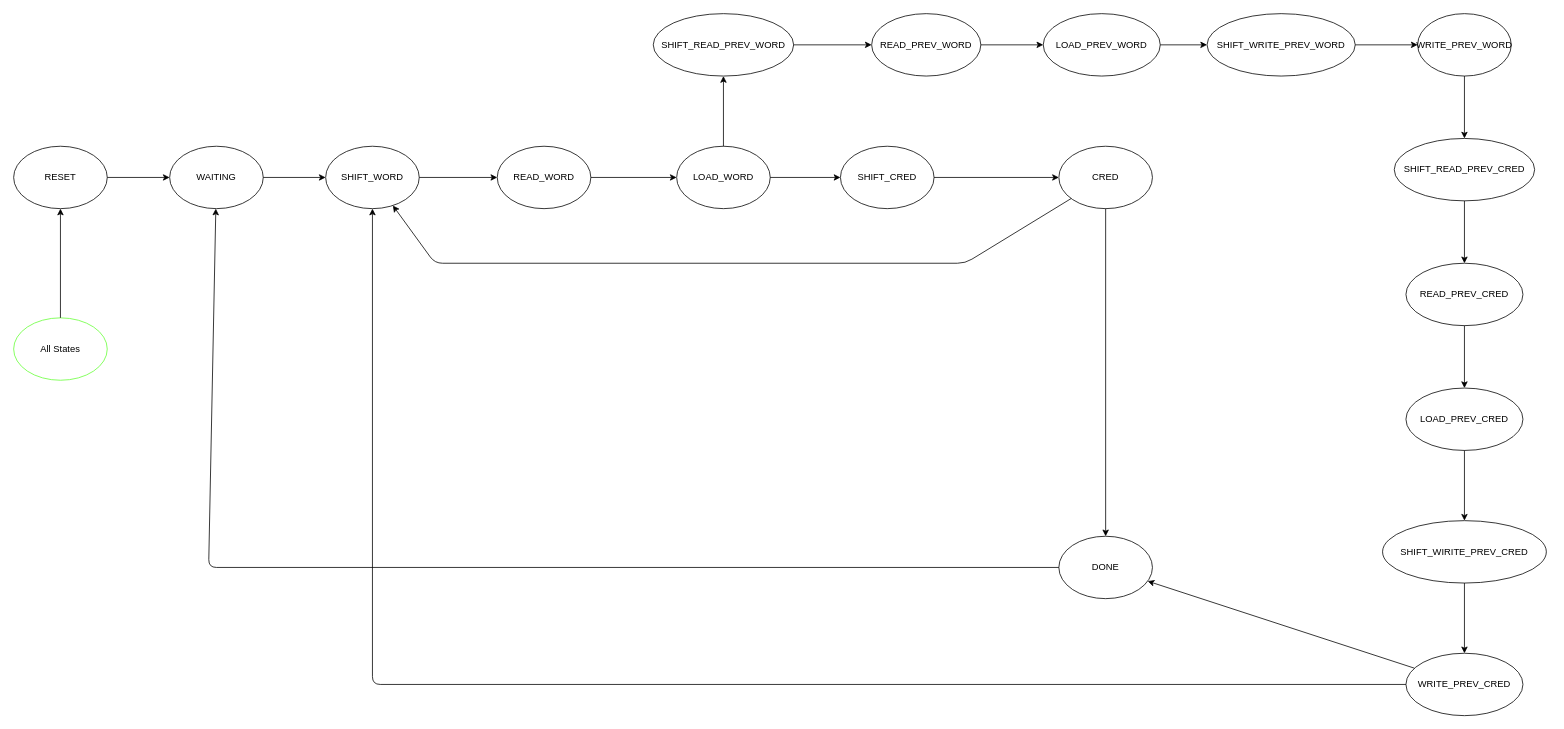
Before: FSM_RL.drawio in orlandoparise/Progetto-Reti-Logiche-2023-2024, a draw.io diagram. Source tidied: cells renumbered, new cells numbered last; positions are measured from the earlier drawing's top-left corner, leaving out a move shared by most shapes. Both pictures are drawn from the tidied source at 78%, with x=0, y=0 at pixel (13, 13).
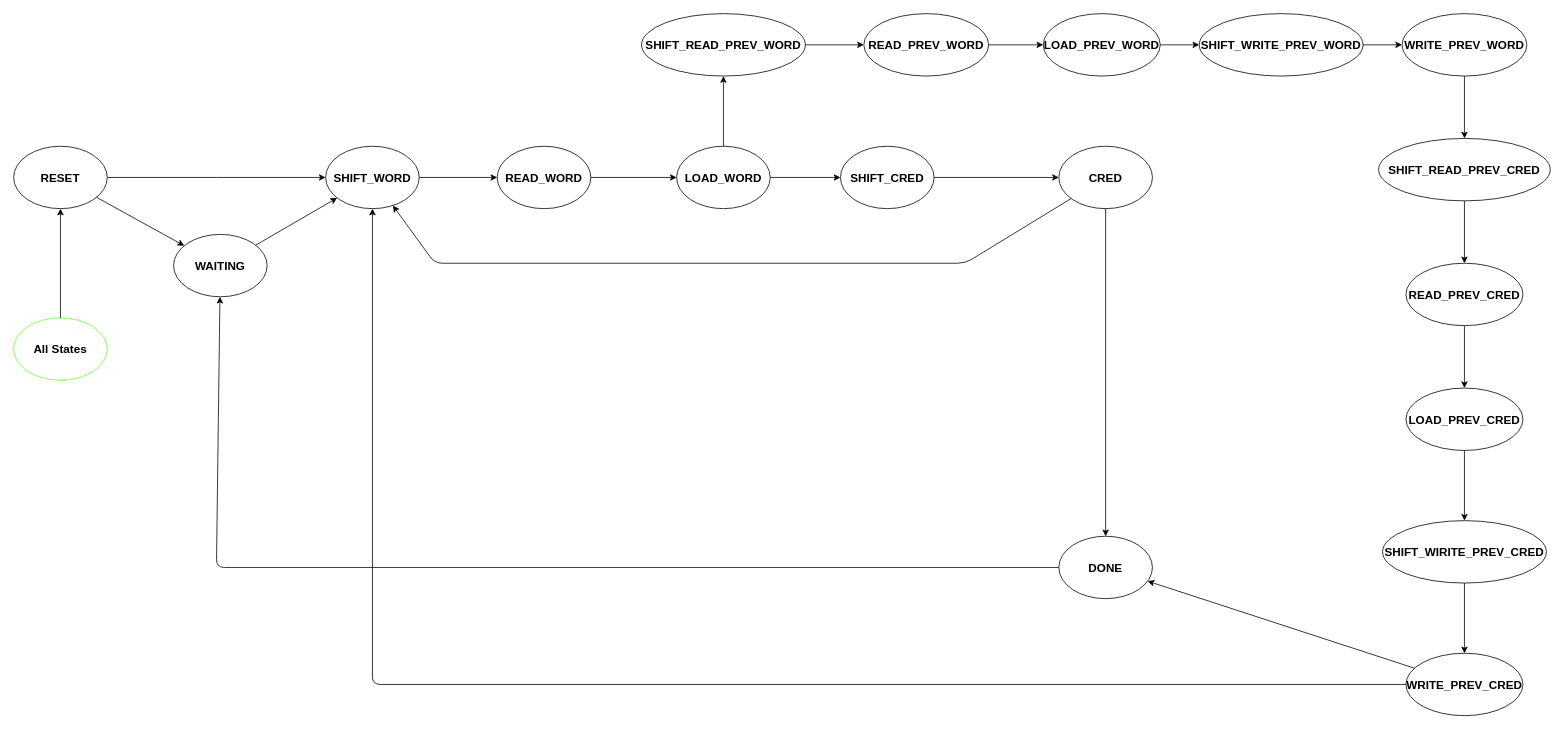
Above is the later version.

Change to the diagram source:
```diff
@@
-    <mxCell id="2" value="SHIFT_READ_PREV_WORD" style="ellipse;whiteSpace=wrap;html=1;" parent="1" vertex="1">
-      <mxGeometry x="820" width="180" height="80" as="geometry" />
+    <mxCell id="2" value="SHIFT_READ_PREV_WORD" style="ellipse;whiteSpace=wrap;html=1;fontStyle=1;fontSize=15;" parent="1" vertex="1">
+      <mxGeometry x="805" width="210" height="80" as="geometry" />
     </mxCell>
-    <mxCell id="3" value="LOAD_WORD" style="ellipse;whiteSpace=wrap;html=1;" parent="1" vertex="1">
+    <mxCell id="3" value="LOAD_WORD" style="ellipse;whiteSpace=wrap;html=1;fontStyle=1;fontSize=15;" parent="1" vertex="1">
       <mxGeometry x="850" y="170" width="120" height="80" as="geometry" />
     </mxCell>
-    <mxCell id="4" value="LOAD_PREV_WORD" style="ellipse;whiteSpace=wrap;html=1;" parent="1" vertex="1">
+    <mxCell id="4" value="LOAD_PREV_WORD" style="ellipse;whiteSpace=wrap;html=1;fontStyle=1;fontSize=15;" parent="1" vertex="1">
       <mxGeometry x="1320" width="150" height="80" as="geometry" />
     </mxCell>
-    <mxCell id="5" value="SHIFT_WORD" style="ellipse;whiteSpace=wrap;html=1;" parent="1" vertex="1">
+    <mxCell id="5" value="SHIFT_WORD" style="ellipse;whiteSpace=wrap;html=1;fontStyle=1;fontSize=15;" parent="1" vertex="1">
       <mxGeometry x="400" y="170" width="120" height="80" as="geometry" />
     </mxCell>
-    <mxCell id="6" value="READ_WORD" style="ellipse;whiteSpace=wrap;html=1;" parent="1" vertex="1">
+    <mxCell id="6" value="READ_WORD" style="ellipse;whiteSpace=wrap;html=1;fontStyle=1;fontSize=15;" parent="1" vertex="1">
       <mxGeometry x="620" y="170" width="120" height="80" as="geometry" />
     </mxCell>
-    <mxCell id="7" value="WAITING" style="ellipse;whiteSpace=wrap;html=1;" parent="1" vertex="1">
-      <mxGeometry x="200" y="170" width="120" height="80" as="geometry" />
+    <mxCell id="7" value="WAITING" style="ellipse;whiteSpace=wrap;html=1;fontStyle=1;fontSize=15;" parent="1" vertex="1">
+      <mxGeometry x="205" y="283" width="120" height="80" as="geometry" />
     </mxCell>
+    <mxCell id="44" style="edgeStyle=elbowEdgeStyle;rounded=0;jettySize=auto;elbow=vertical;html=1;entryX=0;entryY=0.5;entryDx=0;entryDy=0;fontSize=15;" parent="1" edge="1" source="8" target="5">
+      <mxGeometry relative="1" as="geometry" />
+    </mxCell>
-    <mxCell id="8" value="RESET" style="ellipse;whiteSpace=wrap;html=1;" parent="1" vertex="1">
+    <mxCell id="8" value="RESET" style="ellipse;whiteSpace=wrap;html=1;fontStyle=1;fontSize=15;" parent="1" vertex="1">
       <mxGeometry y="170" width="120" height="80" as="geometry" />
     </mxCell>
@@
-    <mxCell id="10" value="All States" style="ellipse;whiteSpace=wrap;html=1;strokeColor=#65FF36;" parent="1" vertex="1">
+    <mxCell id="10" value="All States" style="ellipse;whiteSpace=wrap;html=1;strokeColor=#65FF36;fontStyle=1;fontSize=15;" parent="1" vertex="1">
       <mxGeometry y="390" width="120" height="80" as="geometry" />
     </mxCell>
-    <mxCell id="11" value="SHIFT_WIRITE_PREV_CRED" style="ellipse;whiteSpace=wrap;html=1;" parent="1" vertex="1">
+    <mxCell id="11" value="SHIFT_WIRITE_PREV_CRED" style="ellipse;whiteSpace=wrap;html=1;fontStyle=1;fontSize=15;" parent="1" vertex="1">
       <mxGeometry x="1755" y="650" width="210" height="80" as="geometry" />
     </mxCell>
-    <mxCell id="12" value="READ_PREV_CRED" style="ellipse;whiteSpace=wrap;html=1;" parent="1" vertex="1">
+    <mxCell id="12" value="READ_PREV_CRED" style="ellipse;whiteSpace=wrap;html=1;fontStyle=1;fontSize=15;" parent="1" vertex="1">
       <mxGeometry x="1785" y="320" width="150" height="80" as="geometry" />
     </mxCell>
-    <mxCell id="13" value="SHIFT_READ_PREV_CRED" style="ellipse;whiteSpace=wrap;html=1;" parent="1" vertex="1">
-      <mxGeometry x="1770" y="160" width="180" height="80" as="geometry" />
+    <mxCell id="13" value="SHIFT_READ_PREV_CRED" style="ellipse;whiteSpace=wrap;html=1;fontStyle=1;fontSize=15;" parent="1" vertex="1">
+      <mxGeometry x="1750" y="160" width="220" height="80" as="geometry" />
     </mxCell>
-    <mxCell id="14" value="WRITE_PREV_WORD" style="ellipse;whiteSpace=wrap;html=1;" parent="1" vertex="1">
-      <mxGeometry x="1800" width="120" height="80" as="geometry" />
+    <mxCell id="14" value="WRITE_PREV_WORD" style="ellipse;whiteSpace=wrap;html=1;fontStyle=1;fontSize=15;" parent="1" vertex="1">
+      <mxGeometry x="1780" width="160" height="80" as="geometry" />
     </mxCell>
-    <mxCell id="15" value="SHIFT_WRITE_PREV_WORD" style="ellipse;whiteSpace=wrap;html=1;" parent="1" vertex="1">
-      <mxGeometry x="1530" width="190" height="80" as="geometry" />
+    <mxCell id="15" value="SHIFT_WRITE_PREV_WORD" style="ellipse;whiteSpace=wrap;html=1;fontStyle=1;fontSize=15;" parent="1" vertex="1">
+      <mxGeometry x="1520" width="210" height="80" as="geometry" />
     </mxCell>
-    <mxCell id="16" value="LOAD_PREV_CRED" style="ellipse;whiteSpace=wrap;html=1;" parent="1" vertex="1">
+    <mxCell id="16" value="LOAD_PREV_CRED" style="ellipse;whiteSpace=wrap;html=1;fontStyle=1;fontSize=15;" parent="1" vertex="1">
       <mxGeometry x="1785" y="480" width="150" height="80" as="geometry" />
     </mxCell>
-    <mxCell id="17" value="WRITE_PREV_CRED" style="ellipse;whiteSpace=wrap;html=1;" parent="1" vertex="1">
+    <mxCell id="17" value="WRITE_PREV_CRED" style="ellipse;whiteSpace=wrap;html=1;fontStyle=1;fontSize=15;" parent="1" vertex="1">
       <mxGeometry x="1785" y="820" width="150" height="80" as="geometry" />
     </mxCell>
-    <mxCell id="18" value="SHIFT_CRED" style="ellipse;whiteSpace=wrap;html=1;" parent="1" vertex="1">
+    <mxCell id="18" value="SHIFT_CRED" style="ellipse;whiteSpace=wrap;html=1;fontStyle=1;fontSize=15;" parent="1" vertex="1">
       <mxGeometry x="1060" y="170" width="120" height="80" as="geometry" />
     </mxCell>
-    <mxCell id="19" value="CRED" style="ellipse;whiteSpace=wrap;html=1;" parent="1" vertex="1">
+    <mxCell id="19" value="CRED" style="ellipse;whiteSpace=wrap;html=1;fontStyle=1;fontSize=15;" parent="1" vertex="1">
       <mxGeometry x="1340" y="170" width="120" height="80" as="geometry" />
     </mxCell>
-    <mxCell id="20" value="DONE" style="ellipse;whiteSpace=wrap;html=1;" parent="1" vertex="1">
+    <mxCell id="20" value="DONE" style="ellipse;whiteSpace=wrap;html=1;fontStyle=1;fontSize=15;" parent="1" vertex="1">
       <mxGeometry x="1340" y="670" width="120" height="80" as="geometry" />
     </mxCell>
-    <mxCell id="21" value="READ_PREV_WORD" style="ellipse;whiteSpace=wrap;html=1;" parent="1" vertex="1">
-      <mxGeometry x="1100" width="140" height="80" as="geometry" />
+    <mxCell id="21" value="READ_PREV_WORD" style="ellipse;whiteSpace=wrap;html=1;fontStyle=1;fontSize=15;" parent="1" vertex="1">
+      <mxGeometry x="1090" width="160" height="80" as="geometry" />
     </mxCell>
-    <mxCell id="22" style="endArrow=classic;html=1;" parent="1" edge="1" source="8" target="7">
+    <mxCell id="22" style="endArrow=classic;html=1;fontStyle=1;fontSize=15;" parent="1" edge="1" source="8" target="7">
       <mxGeometry relative="1" as="geometry" />
     </mxCell>
-    <mxCell id="23" style="endArrow=classic;html=1;" parent="1" edge="1" source="5" target="6">
+    <mxCell id="23" style="endArrow=classic;html=1;fontStyle=1;fontSize=15;" parent="1" edge="1" source="5" target="6">
       <mxGeometry relative="1" as="geometry" />
     </mxCell>
-    <mxCell id="24" style="endArrow=classic;html=1;" parent="1" edge="1" source="6" target="3">
+    <mxCell id="24" style="endArrow=classic;html=1;fontStyle=1;" parent="1" edge="1" source="6" target="3">
       <mxGeometry relative="1" as="geometry" />
     </mxCell>
-    <mxCell id="25" style="endArrow=classic;html=1;" parent="1" edge="1" source="3" target="18">
+    <mxCell id="25" style="endArrow=classic;html=1;fontStyle=1;" parent="1" edge="1" source="3" target="18">
       <mxGeometry relative="1" as="geometry" />
     </mxCell>
-    <mxCell id="26" style="endArrow=classic;html=1;" parent="1" edge="1" source="3" target="2">
+    <mxCell id="26" style="endArrow=classic;html=1;fontStyle=1;" parent="1" edge="1" source="3" target="2">
       <mxGeometry relative="1" as="geometry" />
     </mxCell>
-    <mxCell id="27" style="endArrow=classic;html=1;" parent="1" edge="1" source="2" target="21">
+    <mxCell id="27" style="endArrow=classic;html=1;fontStyle=1;fontSize=15;" parent="1" edge="1" source="2" target="21">
       <mxGeometry relative="1" as="geometry" />
     </mxCell>
-    <mxCell id="28" style="endArrow=classic;html=1;" parent="1" edge="1" source="21" target="4">
+    <mxCell id="28" style="endArrow=classic;html=1;fontStyle=1;" parent="1" edge="1" source="21" target="4">
       <mxGeometry relative="1" as="geometry" />
     </mxCell>
-    <mxCell id="29" style="endArrow=classic;html=1;" parent="1" edge="1" source="4" target="15">
+    <mxCell id="29" style="endArrow=classic;html=1;fontStyle=1;fontSize=15;" parent="1" edge="1" source="4" target="15">
       <mxGeometry relative="1" as="geometry" />
     </mxCell>
-    <mxCell id="30" style="endArrow=classic;html=1;" parent="1" edge="1" source="15" target="14">
+    <mxCell id="30" style="endArrow=classic;html=1;fontStyle=1;fontSize=15;" parent="1" edge="1" source="15" target="14">
       <mxGeometry relative="1" as="geometry" />
     </mxCell>
-    <mxCell id="31" style="endArrow=classic;html=1;" parent="1" edge="1" source="14" target="13">
+    <mxCell id="31" style="endArrow=classic;html=1;fontStyle=1;fontSize=15;" parent="1" edge="1" source="14" target="13">
       <mxGeometry relative="1" as="geometry" />
     </mxCell>
-    <mxCell id="32" style="endArrow=classic;html=1;" parent="1" edge="1" source="13" target="12">
+    <mxCell id="32" style="endArrow=classic;html=1;fontStyle=1;fontSize=15;" parent="1" edge="1" source="13" target="12">
       <mxGeometry relative="1" as="geometry" />
     </mxCell>
-    <mxCell id="33" style="endArrow=classic;html=1;" parent="1" edge="1" source="12" target="16">
+    <mxCell id="33" style="endArrow=classic;html=1;fontStyle=1;fontSize=15;" parent="1" edge="1" source="12" target="16">
       <mxGeometry relative="1" as="geometry" />
     </mxCell>
-    <mxCell id="34" style="endArrow=classic;html=1;" parent="1" edge="1" source="16" target="11">
+    <mxCell id="34" style="endArrow=classic;html=1;fontStyle=1;fontSize=15;" parent="1" edge="1" source="16" target="11">
       <mxGeometry relative="1" as="geometry" />
     </mxCell>
-    <mxCell id="35" style="endArrow=classic;html=1;" parent="1" edge="1" source="11" target="17">
+    <mxCell id="35" style="endArrow=classic;html=1;fontStyle=1;" parent="1" edge="1" source="11" target="17">
       <mxGeometry relative="1" as="geometry" />
     </mxCell>
-    <mxCell id="36" style="endArrow=classic;html=1;" parent="1" edge="1" source="17" target="5">
+    <mxCell id="36" style="endArrow=classic;html=1;fontStyle=1;" parent="1" edge="1" source="17" target="5">
       <mxGeometry relative="1" as="geometry">
         <Array as="points">
           <mxPoint x="460" y="860" />
         </Array>
       </mxGeometry>
     </mxCell>
-    <mxCell id="37" style="endArrow=classic;html=1;" parent="1" edge="1" source="17" target="20">
+    <mxCell id="37" style="endArrow=classic;html=1;fontStyle=1;" parent="1" edge="1" source="17" target="20">
       <mxGeometry relative="1" as="geometry" />
     </mxCell>
-    <mxCell id="38" style="endArrow=classic;html=1;" parent="1" edge="1" source="18" target="19">
+    <mxCell id="38" style="endArrow=classic;html=1;fontStyle=1;" parent="1" edge="1" source="18" target="19">
       <mxGeometry relative="1" as="geometry" />
     </mxCell>
-    <mxCell id="39" style="endArrow=classic;html=1;" parent="1" edge="1" source="19" target="5">
+    <mxCell id="39" style="endArrow=classic;html=1;fontStyle=1;" parent="1" edge="1" source="19" target="5">
       <mxGeometry relative="1" as="geometry">
         <Array as="points">
           <mxPoint x="1220" y="320" />
           <mxPoint x="540" y="320" />
         </Array>
       </mxGeometry>
     </mxCell>
-    <mxCell id="40" style="endArrow=classic;html=1;" parent="1" edge="1" source="19" target="20">
+    <mxCell id="40" style="endArrow=classic;html=1;fontStyle=1;fontSize=15;" parent="1" edge="1" source="19" target="20">
       <mxGeometry relative="1" as="geometry" />
     </mxCell>
-    <mxCell id="41" style="endArrow=classic;html=1;" parent="1" edge="1" source="20" target="7">
+    <mxCell id="41" style="endArrow=classic;html=1;fontStyle=1;" parent="1" edge="1" source="20" target="7">
       <mxGeometry relative="1" as="geometry">
         <Array as="points">
-          <mxPoint x="250" y="710" />
+          <mxPoint x="260" y="710" />
         </Array>
       </mxGeometry>
     </mxCell>
-    <mxCell id="42" style="endArrow=classic;html=1;" parent="1" edge="1" source="7" target="5">
+    <mxCell id="42" style="endArrow=classic;html=1;fontStyle=1;fontSize=15;" parent="1" edge="1" source="7" target="5">
       <mxGeometry relative="1" as="geometry" />
     </mxCell>
-    <mxCell id="43" style="endArrow=classic;html=1;" parent="1" edge="1" source="10" target="8">
+    <mxCell id="43" style="endArrow=classic;html=1;fontStyle=1;fontSize=15;" parent="1" edge="1" source="10" target="8">
       <mxGeometry relative="1" as="geometry" />
     </mxCell>
```
